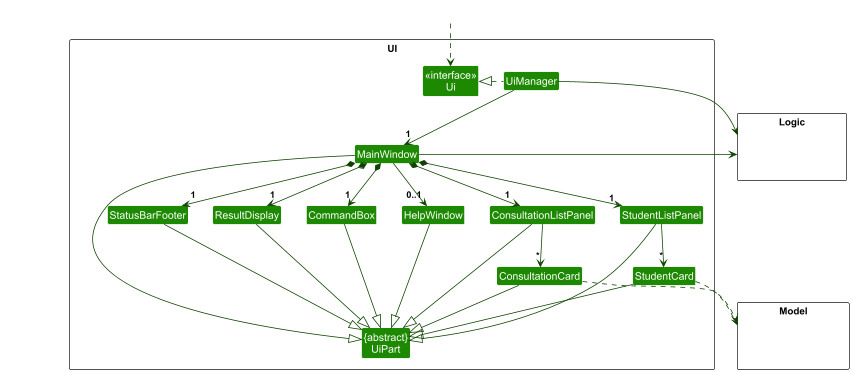
Above: docs/images/UiClassDiagram.png in nus-cs2103-AY2425S1/tp (PlantUML), before the change.
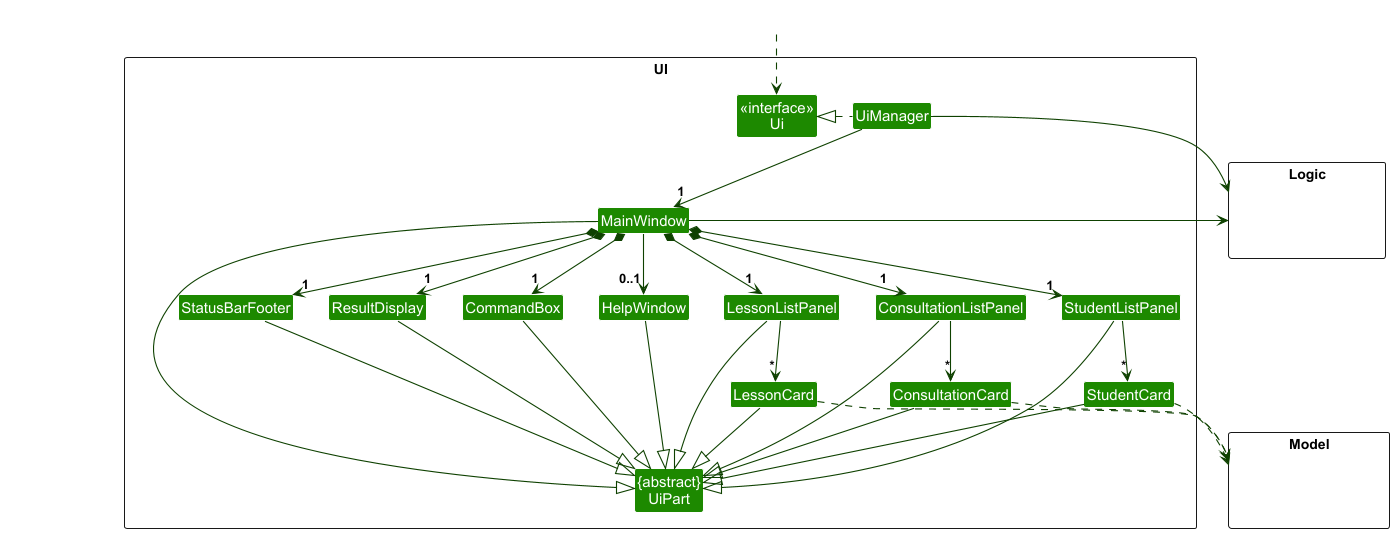
The same diagram one commit later.

Commit message:
Add Lesson to UI Class Diagram

Diff of the diagram source:
```diff
@@ -15,6 +15,8 @@
 Class StudentCard
 Class ConsultationListPanel
 Class ConsultationCard
+Class LessonListPanel
+Class LessonCard
 Class StatusBarFooter
 Class CommandBox
 }
@@ -36,11 +38,13 @@
 MainWindow *-down-> "1" ResultDisplay
 MainWindow *-down-> "1" StudentListPanel
 MainWindow *-down-> "1" ConsultationListPanel
+MainWindow *-down-> "1" LessonListPanel
 MainWindow *-down-> "1" StatusBarFooter
 MainWindow --> "0..1" HelpWindow
 
 StudentListPanel -down-> "*" StudentCard
 ConsultationListPanel -down-> "*" ConsultationCard
+LessonListPanel -down-> "*" LessonCard
 
 MainWindow -left-|> UiPart
 
@@ -50,16 +54,20 @@
 StudentCard --|> UiPart
 ConsultationListPanel --|> UiPart
 ConsultationCard --|> UiPart
+LessonListPanel --|> UiPart
+LessonCard --|> UiPart
 StatusBarFooter --|> UiPart
 HelpWindow --|> UiPart
 
 StudentCard ..> Model
 ConsultationCard ..> Model
+LessonCard ..> Model
 UiManager -right-> Logic
 MainWindow -left-> Logic
 
 StudentListPanel -[hidden]left- HelpWindow
 ConsultationListPanel -[hidden]left- HelpWindow
+LessonListPanel -[hidden]left- HelpWindow
 HelpWindow -[hidden]left- CommandBox
 CommandBox -[hidden]left- ResultDisplay
 ResultDisplay -[hidden]left- StatusBarFooter
```
